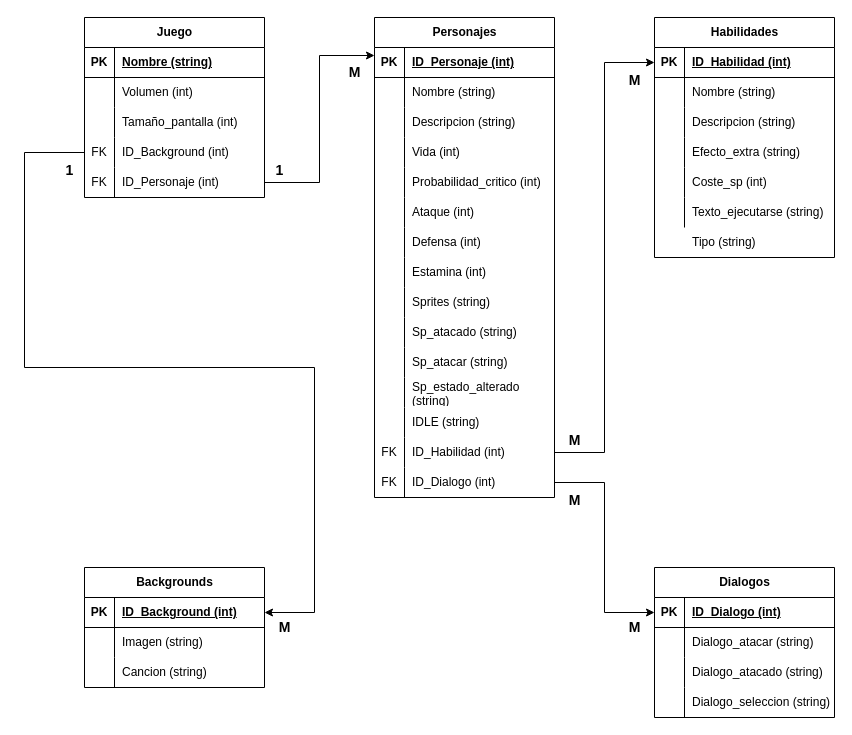
Millicay/stage-combat keeps this draw.io diagram as Documentacion/mr.drawio. Above is the earlier version. Source tidied: cells renumbered, new cells numbered last; positions are measured from the earlier drawing's top-left corner, leaving out a move shared by most shapes. Both pictures are drawn from the tidied source at 100%, with x=0, y=0 at pixel (24, 17).
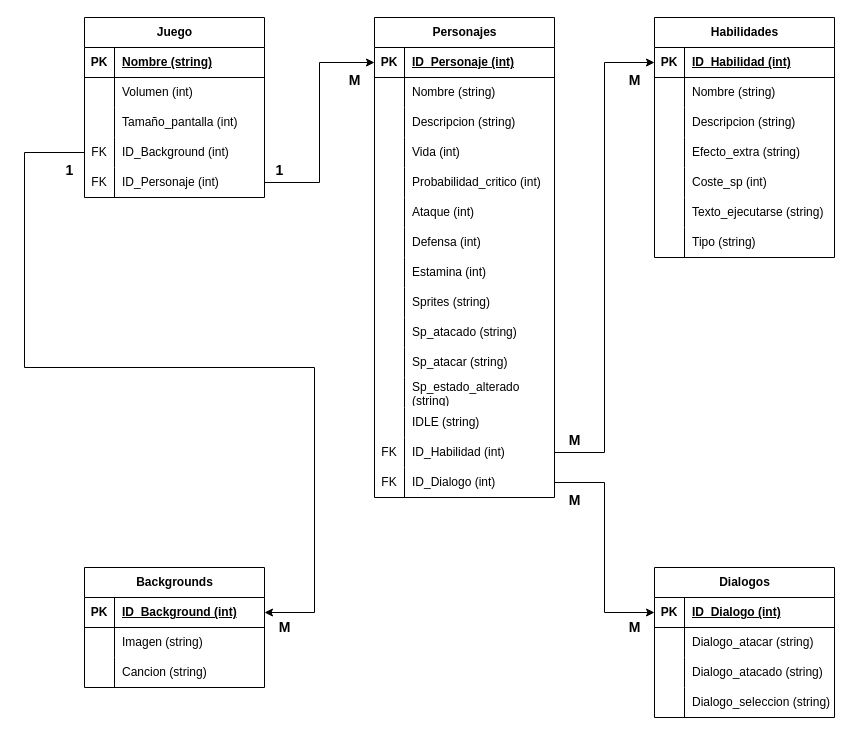
The same page after the edit.

Unchanged cells that the change refers to:
```xml
<mxCell id="16" style="shape=tableRow;horizontal=0;startSize=30;swimlaneHead=0;swimlaneBody=0;fillColor=none;points=[[0,0.5],[1,0.5]];portConstraint=eastwest;top=0;left=0;right=0;bottom=0;" parent="1" vertex="1">
  <mxGeometry x="60" y="150" width="180" height="30" as="geometry" />
</mxCell>
<mxCell id="20" style="shape=tableRow;horizontal=0;startSize=0;swimlaneHead=0;swimlaneBody=0;fillColor=none;points=[[0,0.5],[1,0.5]];portConstraint=eastwest;top=0;left=0;right=0;bottom=1;" parent="19" vertex="1">
  <mxGeometry y="30" width="180" height="30" as="geometry" />
</mxCell>
```

The edit, as a diff of the source:
```diff
@@
-    <mxCell id="15" style="edgeStyle=orthogonalEdgeStyle;rounded=0;jettySize=auto;html=1;exitX=1;exitY=0.5;exitDx=0;exitDy=0;entryX=0;entryY=0.267;entryDx=0;entryDy=0;entryPerimeter=0;" parent="1" edge="1" source="16" target="20">
+    <mxCell id="15" style="edgeStyle=orthogonalEdgeStyle;rounded=0;jettySize=auto;html=1;exitX=1;exitY=0.5;exitDx=0;exitDy=0;entryX=0;entryY=0.5;entryDx=0;entryDy=0;" parent="1" edge="1" source="16" target="20">
       <mxGeometry relative="1" as="geometry" />
     </mxCell>
@@
     <mxCell id="113" value="&lt;font style=&quot;font-size: 14px;&quot;&gt;&lt;b&gt;M&lt;/b&gt;&lt;/font&gt;" style="text;html=1;align=center;verticalAlign=middle;strokeColor=none;fillColor=none;" parent="1" vertex="1">
-      <mxGeometry x="310" y="40" width="40" height="30" as="geometry" />
+      <mxGeometry x="310" y="48" width="40" height="30" as="geometry" />
     </mxCell>
@@
+    <mxCell id="119" style="shape=partialRectangle;fillColor=none;top=0;left=0;bottom=0;right=0;overflow=hidden;whiteSpace=wrap;html=1;" parent="1" vertex="1">
+      <mxGeometry x="630" y="210" width="30" height="30" as="geometry" />
+    </mxCell>
+    <mxCell id="120" style="shape=tableRow;horizontal=0;startSize=30;swimlaneHead=0;swimlaneBody=0;fillColor=none;top=0;left=0;right=0;bottom=0;" parent="1" vertex="1">
+      <mxGeometry x="630" y="210" width="180" height="30" as="geometry" />
+    </mxCell>
+    <mxCell id="121" style="shape=partialRectangle;fillColor=none;top=0;left=0;bottom=0;right=0;overflow=hidden;whiteSpace=wrap;html=1;" parent="120" vertex="1">
+      <mxGeometry width="30" height="30" as="geometry" />
+    </mxCell>
-    <mxCell id="118" value="Tipo (string)" style="shape=partialRectangle;fillColor=none;top=0;left=0;bottom=0;right=0;align=left;spacingLeft=6;overflow=hidden;whiteSpace=wrap;html=1;" parent="1" vertex="1">
-      <mxGeometry x="660" y="210" width="150" height="30" as="geometry" />
+    <mxCell id="118" value="Tipo (string)" style="shape=partialRectangle;fillColor=none;top=0;left=0;bottom=0;right=0;align=left;spacingLeft=6;overflow=hidden;whiteSpace=wrap;html=1;" parent="120" vertex="1">
+      <mxGeometry x="30" width="150" height="30" as="geometry" />
     </mxCell>
-    <mxCell id="119" style="shape=partialRectangle;fillColor=none;top=0;left=0;bottom=0;right=0;overflow=hidden;whiteSpace=wrap;html=1;" parent="1" vertex="1">
-      <mxGeometry x="630" y="210" width="30" height="30" as="geometry" />
-    </mxCell>
```
